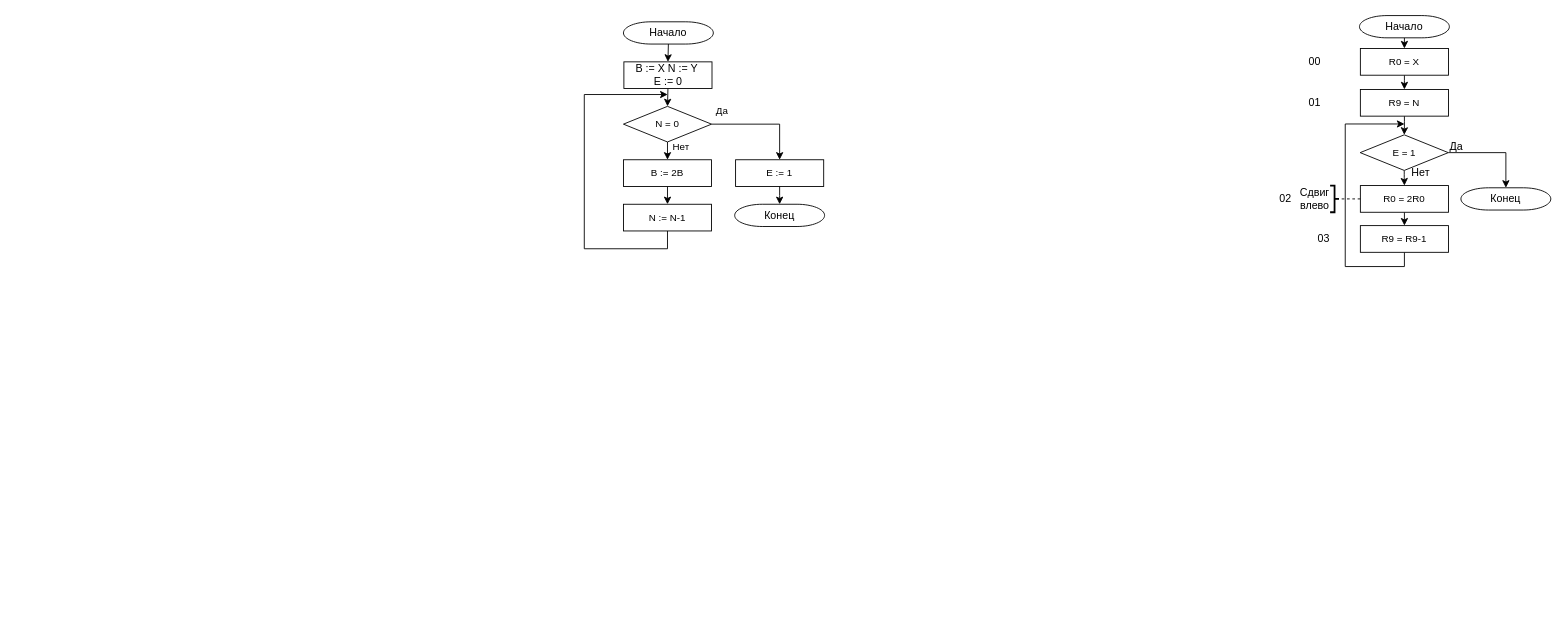
Earlier version of the draw.io diagram 3курс/Отчёты/Архитектура ЭВМ/3/Схемы микропрограммы.drawio (medovichka/Vyz). Source tidied: cells renumbered, new cells numbered last; positions are measured from the earlier drawing's top-left corner, leaving out a move shared by most shapes. Both pictures are drawn from the tidied source at 89%, with x=0, y=0 at pixel (584, 15).
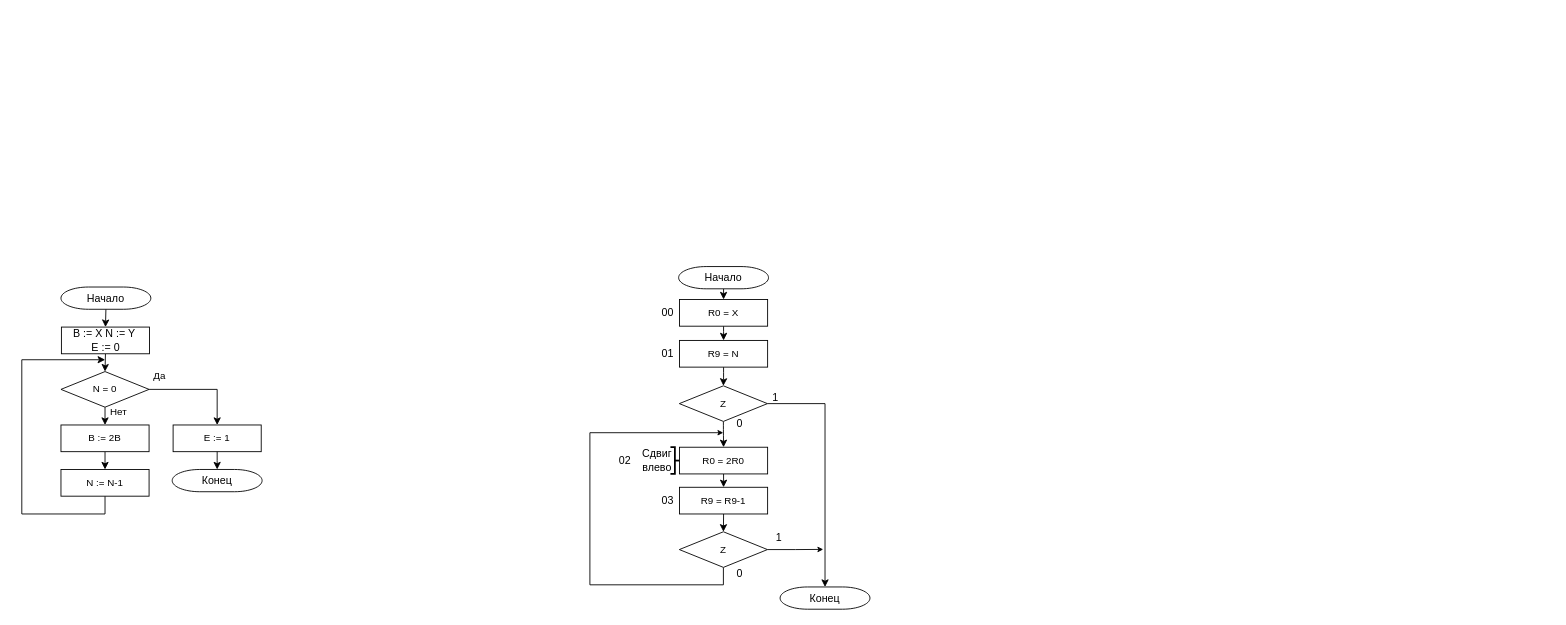
Above is the later version.

Diff of the diagram source:
```diff
@@
     <mxCell id="4" value="B := X&amp;nbsp;&lt;span style=&quot;background-color: transparent; color: light-dark(rgb(0, 0, 0), rgb(255, 255, 255));&quot;&gt;N := Y&amp;nbsp;&lt;/span&gt;&lt;div&gt;&lt;span style=&quot;background-color: transparent; color: light-dark(rgb(0, 0, 0), rgb(255, 255, 255));&quot;&gt;E := 0&lt;/span&gt;&lt;/div&gt;" style="rounded=0;whiteSpace=wrap;html=1;" parent="1" vertex="1">
-      <mxGeometry x="44.5" y="52" width="99" height="30" as="geometry" />
+      <mxGeometry x="-587.5" y="350" width="99" height="30" as="geometry" />
     </mxCell>
@@
     <mxCell id="7" value="N = 0" style="rhombus;whiteSpace=wrap;html=1;shapeInside=1;strokeColor=default;align=center;verticalAlign=middle;fontFamily=Helvetica;fontSize=11;fontColor=default;fillColor=default;" parent="1" vertex="1">
-      <mxGeometry x="44" y="102" width="99" height="40" as="geometry" />
+      <mxGeometry x="-588" y="400" width="99" height="40" as="geometry" />
     </mxCell>
@@
     <mxCell id="9" value="B := 2B" style="rounded=0;whiteSpace=wrap;html=1;strokeColor=default;align=center;verticalAlign=middle;fontFamily=Helvetica;fontSize=11;fontColor=default;fillColor=default;" parent="1" vertex="1">
-      <mxGeometry x="44" y="162" width="99" height="30" as="geometry" />
+      <mxGeometry x="-588" y="460" width="99" height="30" as="geometry" />
     </mxCell>
     <mxCell id="10" style="edgeStyle=orthogonalEdgeStyle;rounded=0;jettySize=auto;html=1;exitX=0.5;exitY=1;exitDx=0;exitDy=0;" parent="1" edge="1" source="11">
       <mxGeometry relative="1" as="geometry">
-        <mxPoint x="93.7" y="88.7" as="targetPoint" />
+        <mxPoint x="-538.3" y="386.7" as="targetPoint" />
         <Array as="points">
-          <mxPoint x="93.5" y="262" />
-          <mxPoint y="262" />
-          <mxPoint y="88.7" />
+          <mxPoint x="-538.5" y="560" />
+          <mxPoint x="-632" y="560" />
+          <mxPoint x="-632" y="386.7" />
         </Array>
       </mxGeometry>
     </mxCell>
     <mxCell id="11" value="N := N-1" style="rounded=0;whiteSpace=wrap;html=1;strokeColor=default;align=center;verticalAlign=middle;fontFamily=Helvetica;fontSize=11;fontColor=default;fillColor=default;" parent="1" vertex="1">
-      <mxGeometry x="44" y="212" width="99" height="30" as="geometry" />
+      <mxGeometry x="-588" y="510" width="99" height="30" as="geometry" />
     </mxCell>
     <mxCell id="12" value="E := 1" style="rounded=0;whiteSpace=wrap;html=1;strokeColor=default;align=center;verticalAlign=middle;fontFamily=Helvetica;fontSize=11;fontColor=default;fillColor=default;" parent="1" vertex="1">
-      <mxGeometry x="170" y="162" width="99" height="30" as="geometry" />
+      <mxGeometry x="-462" y="460" width="99" height="30" as="geometry" />
     </mxCell>
     <mxCell id="13" value="Да" style="text;html=1;whiteSpace=wrap;strokeColor=none;fillColor=none;align=center;verticalAlign=middle;rounded=0;fontFamily=Helvetica;fontSize=11;fontColor=default;" parent="1" vertex="1">
-      <mxGeometry x="150" y="102" width="10" height="10" as="geometry" />
+      <mxGeometry x="-482" y="400" width="10" height="10" as="geometry" />
     </mxCell>
     <mxCell id="14" value="Нет" style="text;html=1;whiteSpace=wrap;strokeColor=none;fillColor=none;align=center;verticalAlign=middle;rounded=0;fontFamily=Helvetica;fontSize=11;fontColor=default;" parent="1" vertex="1">
-      <mxGeometry x="104" y="142" width="10" height="10" as="geometry" />
+      <mxGeometry x="-528" y="440" width="10" height="10" as="geometry" />
     </mxCell>
@@
     <mxCell id="16" style="edgeStyle=orthogonalEdgeStyle;rounded=1;jettySize=auto;html=1;exitX=0.5;exitY=1;exitDx=0;exitDy=0;entryX=0.5;entryY=0;entryDx=0;entryDy=0;curved=0;" parent="1" edge="1" source="17" target="19">
       <mxGeometry relative="1" as="geometry">
         <Array as="points">
-          <mxPoint x="921.8" y="78.5" />
+          <mxPoint x="156.8" y="360.5" />
         </Array>
       </mxGeometry>
     </mxCell>
     <mxCell id="17" value="R0 = X" style="rounded=0;whiteSpace=wrap;html=1;strokeColor=default;align=center;verticalAlign=middle;fontFamily=Helvetica;fontSize=11;fontColor=default;fillColor=default;" parent="1" vertex="1">
-      <mxGeometry x="872" y="37" width="99" height="30" as="geometry" />
+      <mxGeometry x="107" y="319" width="99" height="30" as="geometry" />
     </mxCell>
     <mxCell id="18" style="edgeStyle=orthogonalEdgeStyle;rounded=1;jettySize=auto;html=1;exitX=0.5;exitY=1;exitDx=0;exitDy=0;entryX=0.5;entryY=0;entryDx=0;entryDy=0;curved=0;" parent="1" edge="1" source="19" target="22">
       <mxGeometry relative="1" as="geometry">
         <Array as="points">
-          <mxPoint x="921.8" y="125.5" />
+          <mxPoint x="156.8" y="407.5" />
         </Array>
       </mxGeometry>
     </mxCell>
     <mxCell id="19" value="R9 = N" style="rounded=0;whiteSpace=wrap;html=1;strokeColor=default;align=center;verticalAlign=middle;fontFamily=Helvetica;fontSize=11;fontColor=default;fillColor=default;" parent="1" vertex="1">
-      <mxGeometry x="872" y="83" width="99" height="30" as="geometry" />
+      <mxGeometry x="107" y="365" width="99" height="30" as="geometry" />
     </mxCell>
     <mxCell id="20" style="edgeStyle=orthogonalEdgeStyle;rounded=1;jettySize=auto;html=1;exitX=0.5;exitY=1;exitDx=0;exitDy=0;entryX=0.5;entryY=0;entryDx=0;entryDy=0;curved=0;" parent="1" edge="1" source="22" target="26">
       <mxGeometry relative="1" as="geometry">
         <Array as="points">
-          <mxPoint x="921.8" y="182.5" />
+          <mxPoint x="156.8" y="464.5" />
         </Array>
       </mxGeometry>
     </mxCell>
@@
-    <mxCell id="22" value="E = 1" style="rhombus;whiteSpace=wrap;html=1;shapeInside=1;strokeColor=default;align=center;verticalAlign=middle;fontFamily=Helvetica;fontSize=11;fontColor=default;fillColor=default;" parent="1" vertex="1">
-      <mxGeometry x="871.8" y="134" width="99" height="40" as="geometry" />
+    <mxCell id="22" value="Z" style="rhombus;whiteSpace=wrap;html=1;shapeInside=1;strokeColor=default;align=center;verticalAlign=middle;fontFamily=Helvetica;fontSize=11;fontColor=default;fillColor=default;" parent="1" vertex="1">
+      <mxGeometry x="106.8" y="416" width="99" height="40" as="geometry" />
     </mxCell>
     <mxCell id="23" value="Начало" style="strokeWidth=1;html=1;shape=mxgraph.flowchart.terminator;whiteSpace=wrap;" parent="1" vertex="1">
-      <mxGeometry x="44" y="7" width="101" height="25" as="geometry" />
+      <mxGeometry x="-588" y="305" width="101" height="25" as="geometry" />
     </mxCell>
@@
     <mxCell id="26" value="R0 = 2R0" style="rounded=0;whiteSpace=wrap;html=1;strokeColor=default;align=center;verticalAlign=middle;fontFamily=Helvetica;fontSize=11;fontColor=default;fillColor=default;" parent="1" vertex="1">
-      <mxGeometry x="872" y="191" width="99" height="30" as="geometry" />
+      <mxGeometry x="107" y="485" width="99" height="30" as="geometry" />
     </mxCell>
-    <mxCell id="27" style="edgeStyle=orthogonalEdgeStyle;rounded=0;jettySize=auto;html=1;exitX=0.5;exitY=1;exitDx=0;exitDy=0;" parent="1" edge="1" source="28">
+    <mxCell id="27" style="edgeStyle=orthogonalEdgeStyle;rounded=0;jettySize=auto;html=1;exitX=0.5;exitY=1;exitDx=0;exitDy=0;entryX=0.5;entryY=0;entryDx=0;entryDy=0;" parent="1" edge="1" source="28" target="43">
       <mxGeometry relative="1" as="geometry">
-        <mxPoint x="921.6" y="121.8" as="targetPoint" />
         <Array as="points">
-          <mxPoint x="921.5" y="282" />
-          <mxPoint x="855" y="282" />
-          <mxPoint x="855" y="121.8" />
+          <mxPoint x="156.5" y="561.2" />
+          <mxPoint x="155.5" y="561.2" />
         </Array>
       </mxGeometry>
     </mxCell>
     <mxCell id="28" value="R9 = R9-1" style="rounded=0;whiteSpace=wrap;html=1;strokeColor=default;align=center;verticalAlign=middle;fontFamily=Helvetica;fontSize=11;fontColor=default;fillColor=default;" parent="1" vertex="1">
-      <mxGeometry x="872" y="236" width="99" height="30" as="geometry" />
+      <mxGeometry x="107" y="530" width="99" height="30" as="geometry" />
     </mxCell>
     <mxCell id="29" value="Конец" style="strokeWidth=1;html=1;shape=mxgraph.flowchart.terminator;whiteSpace=wrap;" parent="1" vertex="1">
-      <mxGeometry x="169" y="212" width="101" height="25" as="geometry" />
+      <mxGeometry x="-463" y="510" width="101" height="25" as="geometry" />
     </mxCell>
     <mxCell id="30" value="Начало" style="strokeWidth=1;html=1;shape=mxgraph.flowchart.terminator;whiteSpace=wrap;" parent="1" vertex="1">
-      <mxGeometry x="871" width="101" height="25" as="geometry" />
+      <mxGeometry x="106" y="282" width="101" height="25" as="geometry" />
     </mxCell>
     <mxCell id="31" value="Конец" style="strokeWidth=1;html=1;shape=mxgraph.flowchart.terminator;whiteSpace=wrap;" parent="1" vertex="1">
-      <mxGeometry x="985" y="193.5" width="101" height="25" as="geometry" />
+      <mxGeometry x="220" y="642" width="101" height="25" as="geometry" />
     </mxCell>
-    <mxCell id="32" value="Нет" style="text;html=1;whiteSpace=wrap;strokeColor=none;fillColor=none;align=center;verticalAlign=middle;rounded=0;" parent="1" vertex="1">
-      <mxGeometry x="935" y="172" width="10" height="10" as="geometry" />
+    <mxCell id="32" value="0" style="text;html=1;whiteSpace=wrap;strokeColor=none;fillColor=none;align=center;verticalAlign=middle;rounded=0;" parent="1" vertex="1">
+      <mxGeometry x="170" y="454" width="10" height="10" as="geometry" />
     </mxCell>
-    <mxCell id="33" value="Да" style="text;html=1;whiteSpace=wrap;strokeColor=none;fillColor=none;align=center;verticalAlign=middle;rounded=0;" parent="1" vertex="1">
-      <mxGeometry x="975" y="142" width="10" height="10" as="geometry" />
+    <mxCell id="33" value="1" style="text;html=1;whiteSpace=wrap;strokeColor=none;fillColor=none;align=center;verticalAlign=middle;rounded=0;" parent="1" vertex="1">
+      <mxGeometry x="210" y="424" width="10" height="10" as="geometry" />
     </mxCell>
     <mxCell id="34" value="00" style="text;html=1;whiteSpace=wrap;strokeColor=none;fillColor=none;align=center;verticalAlign=middle;rounded=0;" parent="1" vertex="1">
-      <mxGeometry x="816" y="47" width="10" height="10" as="geometry" />
+      <mxGeometry x="89" y="329" width="10" height="10" as="geometry" />
     </mxCell>
     <mxCell id="35" value="01" style="text;html=1;whiteSpace=wrap;strokeColor=none;fillColor=none;align=center;verticalAlign=middle;rounded=0;" parent="1" vertex="1">
-      <mxGeometry x="816" y="93" width="10" height="10" as="geometry" />
+      <mxGeometry x="89" y="375" width="10" height="10" as="geometry" />
     </mxCell>
     <mxCell id="36" value="02" style="text;html=1;whiteSpace=wrap;strokeColor=none;fillColor=none;align=center;verticalAlign=middle;rounded=0;" parent="1" vertex="1">
-      <mxGeometry x="783" y="201" width="10" height="10" as="geometry" />
+      <mxGeometry x="41" y="495" width="10" height="10" as="geometry" />
     </mxCell>
     <mxCell id="37" value="03" style="text;html=1;whiteSpace=wrap;strokeColor=none;fillColor=none;align=center;verticalAlign=middle;rounded=0;" parent="1" vertex="1">
-      <mxGeometry x="826" y="246" width="10" height="10" as="geometry" />
+      <mxGeometry x="89" y="540" width="10" height="10" as="geometry" />
     </mxCell>
     <mxCell id="38" style="strokeWidth=2;html=1;shape=mxgraph.flowchart.annotation_2;align=center;labelPosition=right;flipH=1;legacyAnchorPoints=0;verticalAlign=middle;" parent="1" vertex="1">
-      <mxGeometry x="838" y="191" width="10" height="30" as="geometry" />
+      <mxGeometry x="96.8" y="485" width="10" height="30" as="geometry" />
     </mxCell>
@@
     <mxCell id="40" value="Сдвиг влево" style="text;html=1;whiteSpace=wrap;strokeColor=none;fillColor=none;align=center;verticalAlign=middle;rounded=0;" parent="1" vertex="1">
-      <mxGeometry x="816" y="201" width="10" height="10" as="geometry" />
+      <mxGeometry x="77" y="495" width="10" height="10" as="geometry" />
     </mxCell>
+    <mxCell id="41" style="edgeStyle=orthogonalEdgeStyle;shape=connector;rounded=0;jettySize=auto;html=1;exitX=0.5;exitY=1;exitDx=0;exitDy=0;strokeColor=default;strokeWidth=1;align=center;verticalAlign=middle;fontFamily=Helvetica;fontSize=12;fontColor=default;labelBackgroundColor=default;startSize=4;endArrow=classic;endSize=4;sourcePerimeterSpacing=-1;targetPerimeterSpacing=0;" parent="1" edge="1" source="43">
+      <mxGeometry relative="1" as="geometry">
+        <mxPoint x="156.2" y="468.7" as="targetPoint" />
+        <Array as="points">
+          <mxPoint x="156.2" y="639.6" />
+          <mxPoint x="6.3" y="639.6" />
+          <mxPoint x="6.3" y="468.7" />
+        </Array>
+      </mxGeometry>
+    </mxCell>
+    <mxCell id="42" style="edgeStyle=orthogonalEdgeStyle;shape=connector;rounded=0;jettySize=auto;html=1;exitX=1;exitY=0.5;exitDx=0;exitDy=0;strokeColor=default;strokeWidth=1;align=center;verticalAlign=middle;fontFamily=Helvetica;fontSize=12;fontColor=default;labelBackgroundColor=default;startSize=4;endArrow=classic;endSize=4;sourcePerimeterSpacing=-1;targetPerimeterSpacing=0;" parent="1" edge="1" source="43">
+      <mxGeometry relative="1" as="geometry">
+        <mxPoint x="268.5" y="599.8" as="targetPoint" />
+      </mxGeometry>
+    </mxCell>
+    <mxCell id="43" value="Z" style="rhombus;whiteSpace=wrap;html=1;shapeInside=1;strokeColor=default;align=center;verticalAlign=middle;fontFamily=Helvetica;fontSize=11;fontColor=default;fillColor=default;" parent="1" vertex="1">
+      <mxGeometry x="106.8" y="580" width="99" height="40" as="geometry" />
+    </mxCell>
+    <mxCell id="44" value="0" style="text;html=1;whiteSpace=wrap;strokeColor=none;fillColor=none;align=center;verticalAlign=middle;rounded=0;" parent="1" vertex="1">
+      <mxGeometry x="145" y="612" width="60" height="30" as="geometry" />
+    </mxCell>
+    <mxCell id="45" value="1" style="text;html=1;whiteSpace=wrap;strokeColor=none;fillColor=none;align=center;verticalAlign=middle;rounded=0;" parent="1" vertex="1">
+      <mxGeometry x="189" y="572" width="60" height="30" as="geometry" />
+    </mxCell>
```
